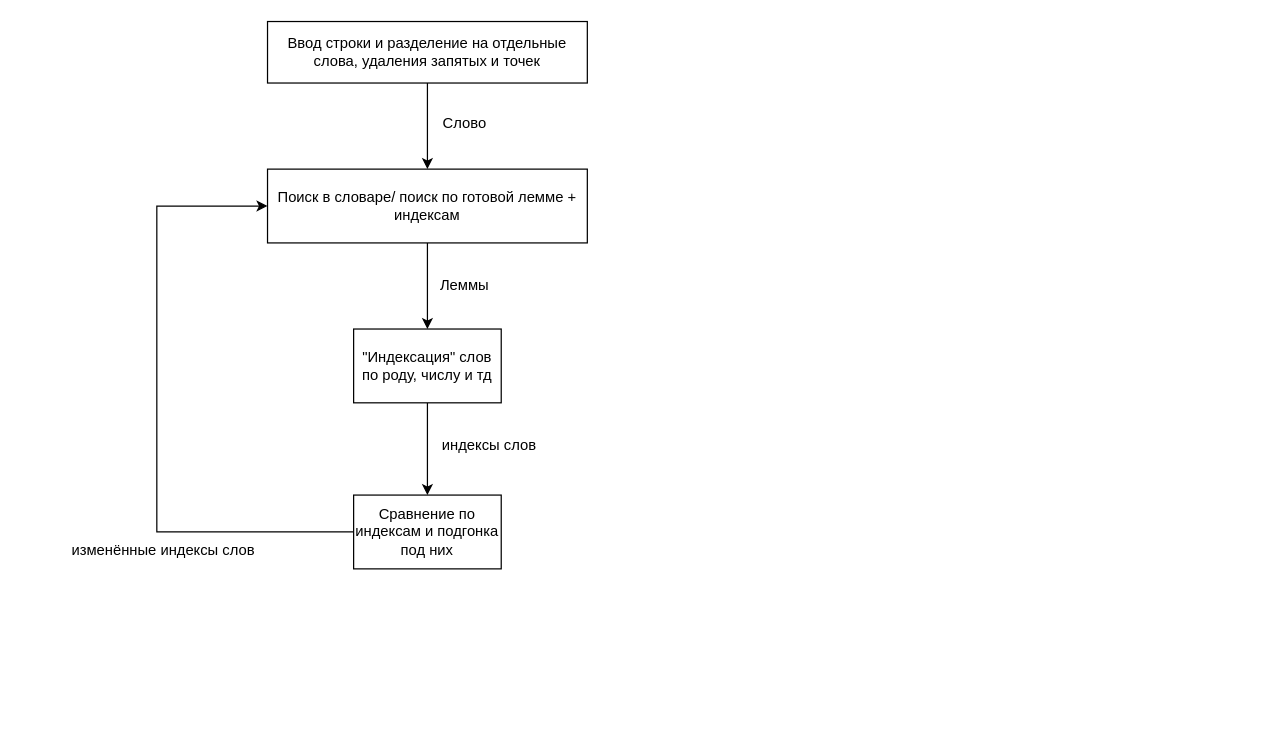
vdhudenkih/Diagrams keeps this draw.io diagram as Lemmatizer.drawio. Above is the earlier version. Source tidied: cells renumbered, new cells numbered last; positions are measured from the earlier drawing's top-left corner, leaving out a move shared by most shapes. Both pictures are drawn from the tidied source at 123%, with x=0, y=0 at pixel (58, 21).
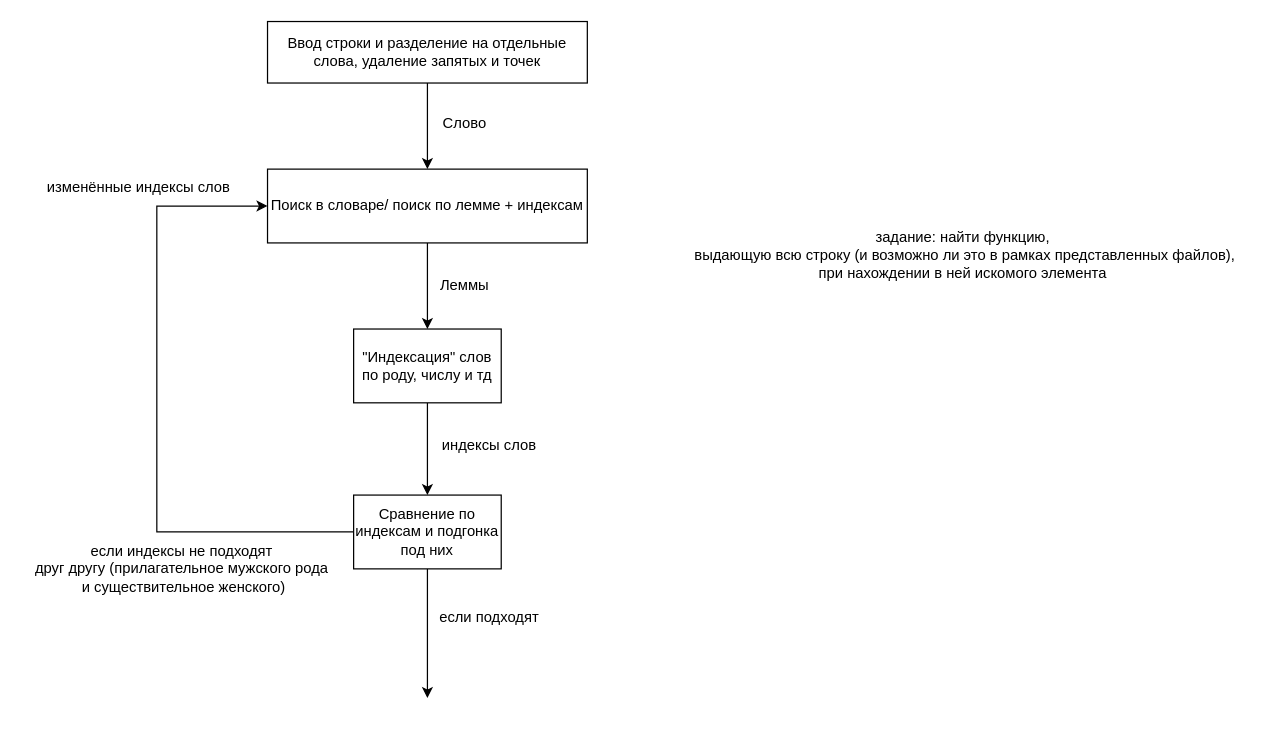
The same page after the edit.

The change refers to these unchanged cells:
```xml
<mxCell id="11" value="Сравнение по индексам и подгонка под них" style="rounded=0;whiteSpace=wrap;html=1;" parent="1" vertex="1">
  <mxGeometry x="240" y="385" width="120" height="60" as="geometry" />
</mxCell>
```

Change to the diagram source:
```diff
@@
-    <mxCell id="3" value="Ввод строки и разделение на отдельные слова, удаления запятых и точек" style="rounded=0;whiteSpace=wrap;html=1;" parent="1" vertex="1">
+    <mxCell id="3" value="Ввод строки и разделение на отдельные слова, удаление запятых и точек" style="rounded=0;whiteSpace=wrap;html=1;" parent="1" vertex="1">
       <mxGeometry x="170" width="260" height="50" as="geometry" />
     </mxCell>
@@
-    <mxCell id="5" value="Поиск в словаре/ поиск по готовой лемме + индексам" style="rounded=0;whiteSpace=wrap;html=1;" parent="1" vertex="1">
+    <mxCell id="5" value="Поиск в словаре/ поиск по лемме + индексам" style="rounded=0;whiteSpace=wrap;html=1;" parent="1" vertex="1">
       <mxGeometry x="170" y="120" width="260" height="60" as="geometry" />
     </mxCell>
@@
+    <mxCell id="14" style="edgeStyle=orthogonalEdgeStyle;rounded=0;jettySize=auto;html=1;" parent="1" edge="1" source="11">
+      <mxGeometry relative="1" as="geometry">
+        <mxPoint x="300" y="550" as="targetPoint" />
+      </mxGeometry>
+    </mxCell>
@@
     <mxCell id="13" value="изменённые индексы слов" style="text;html=1;align=center;verticalAlign=middle;strokeColor=none;fillColor=none;" parent="1" vertex="1">
-      <mxGeometry y="415" width="170" height="30" as="geometry" />
+      <mxGeometry x="-20" y="120" width="170" height="30" as="geometry" />
     </mxCell>
+    <mxCell id="15" value="если индексы не подходят &lt;br&gt;друг другу (прилагательное мужского рода&lt;br&gt;&amp;nbsp;и существительное женского)" style="text;html=1;align=center;verticalAlign=middle;strokeColor=none;fillColor=none;" parent="1" vertex="1">
+      <mxGeometry x="-30" y="415" width="260" height="60" as="geometry" />
+    </mxCell>
+    <mxCell id="16" value="если подходят" style="text;html=1;align=center;verticalAlign=middle;strokeColor=none;fillColor=none;" parent="1" vertex="1">
+      <mxGeometry x="300" y="470" width="100" height="30" as="geometry" />
+    </mxCell>
+    <mxCell id="17" value="задание: найти функцию,&lt;br&gt;&amp;nbsp;выдающую всю строку (и возможно ли это в рамках представленных файлов), &lt;br&gt;при нахождении в ней искомого элемента" style="text;html=1;align=center;verticalAlign=middle;strokeColor=none;fillColor=none;" parent="1" vertex="1">
+      <mxGeometry x="500" y="160" width="470" height="60" as="geometry" />
+    </mxCell>
```
